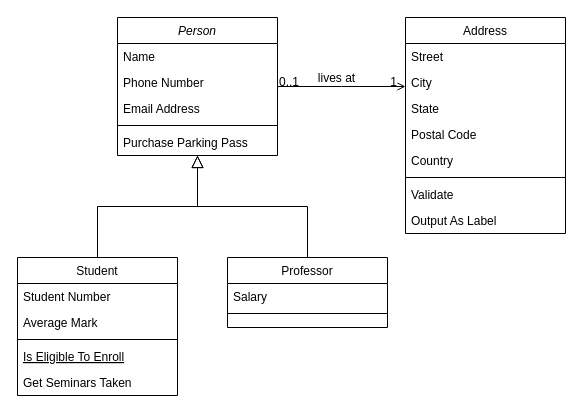
Earlier version of the draw.io diagram ScheduleClassDiagram.drawio (leftwixx/huhh). Source tidied: cells renumbered, new cells numbered last; positions are measured from the earlier drawing's top-left corner, leaving out a move shared by most shapes. Both pictures are drawn from the tidied source at 100%, with x=0, y=0 at pixel (17, 17).
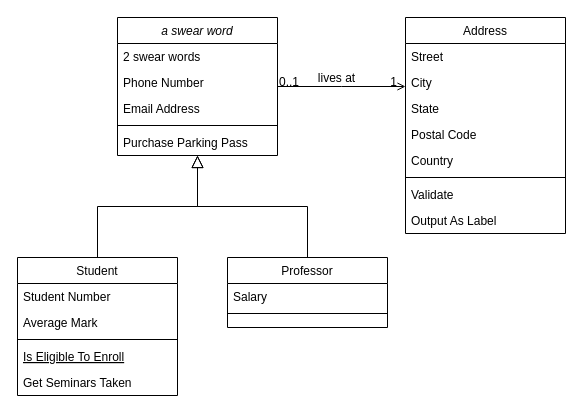
The same diagram, later.

The edit, as a diff of the source:
```diff
@@
-    <mxCell id="2" value="Person" style="swimlane;fontStyle=2;align=center;verticalAlign=top;horizontal=1;startSize=26;rounded=0;shadow=0;strokeWidth=1;" parent="1" vertex="1">
+    <mxCell id="2" value="a swear word" style="swimlane;fontStyle=2;align=center;verticalAlign=top;horizontal=1;startSize=26;rounded=0;shadow=0;strokeWidth=1;" parent="1" vertex="1">
       <mxGeometry x="100" width="160" height="138" as="geometry" />
     </mxCell>
-    <mxCell id="3" value="Name" style="text;align=left;verticalAlign=top;spacingLeft=4;spacingRight=4;overflow=hidden;" parent="2" vertex="1">
+    <mxCell id="3" value="2 swear words" style="text;align=left;verticalAlign=top;spacingLeft=4;spacingRight=4;overflow=hidden;" parent="2" vertex="1">
       <mxGeometry y="26" width="160" height="26" as="geometry" />
     </mxCell>
```
